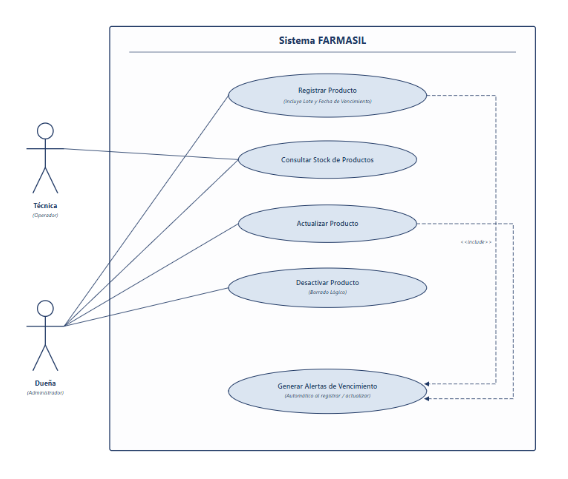
Before: docs/diagramas/CU-04_Inventario.png, a diagram exported from PlantUML (Luis-Ayben-Chahua-Charca/Farmasil_App). Its source is kept beside it as docs/diagramas/plaintext-CasosUso/CU-04_Inventario.puml.
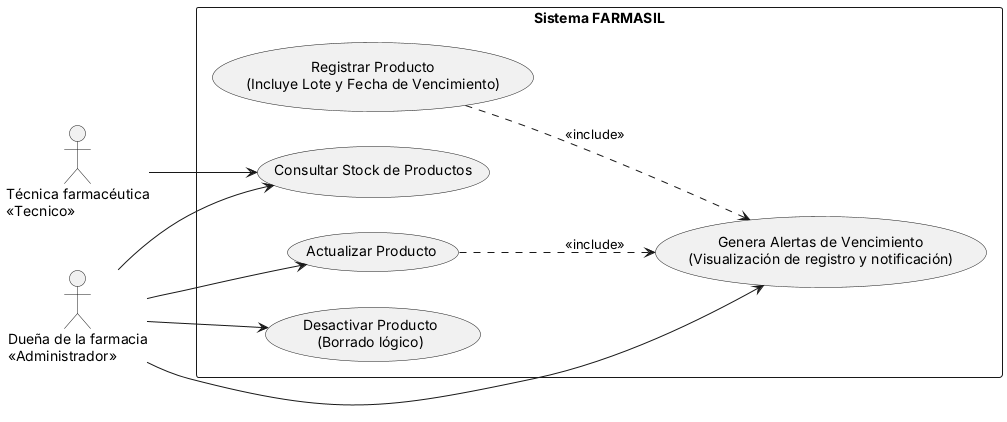
The same file after the commit.

The edit, as a diff of the source:
```diff
@@ -2,8 +2,8 @@
 left to right direction
 skinparam packageStyle rectangle
 
-actor "Técnica\n(Operador)" as Tecnica
-actor "Dueña\n(Administrador)" as Duena
+actor "Técnica farmacéutica\n<<Tecnico>>" as Tecnica
+actor "Dueña de la farmacia\n<<Administrador>>" as Duena
 
 rectangle "Sistema FARMASIL" {
     usecase "Registrar Producto\n(Incluye Lote y Fecha de Vencimiento)" as UC_Registrar
```
